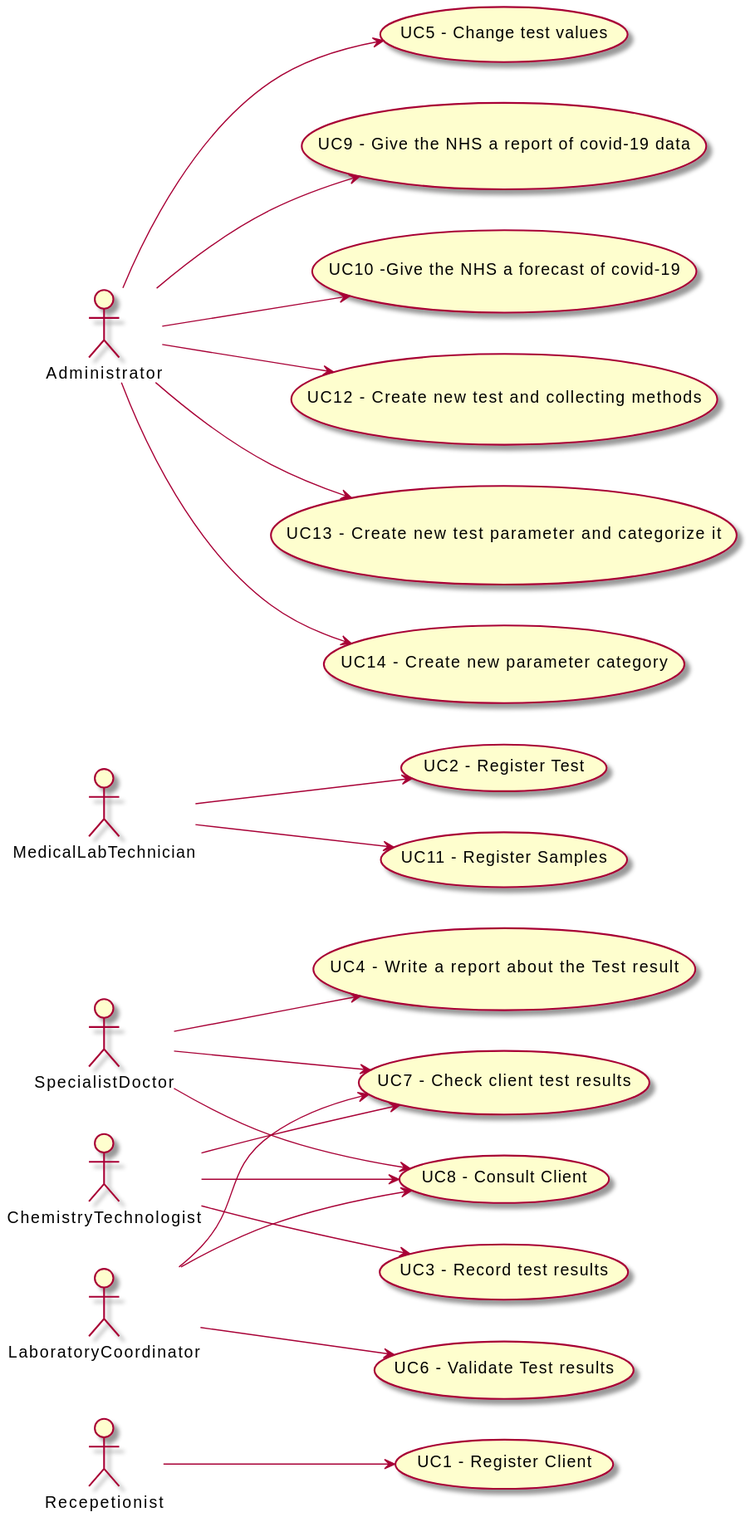
This is docs/SprintA/ImagesUsed/UCD.svg from RuiRioPina/LAPR2-20-21, a PlantUML export, as it was before one commit.
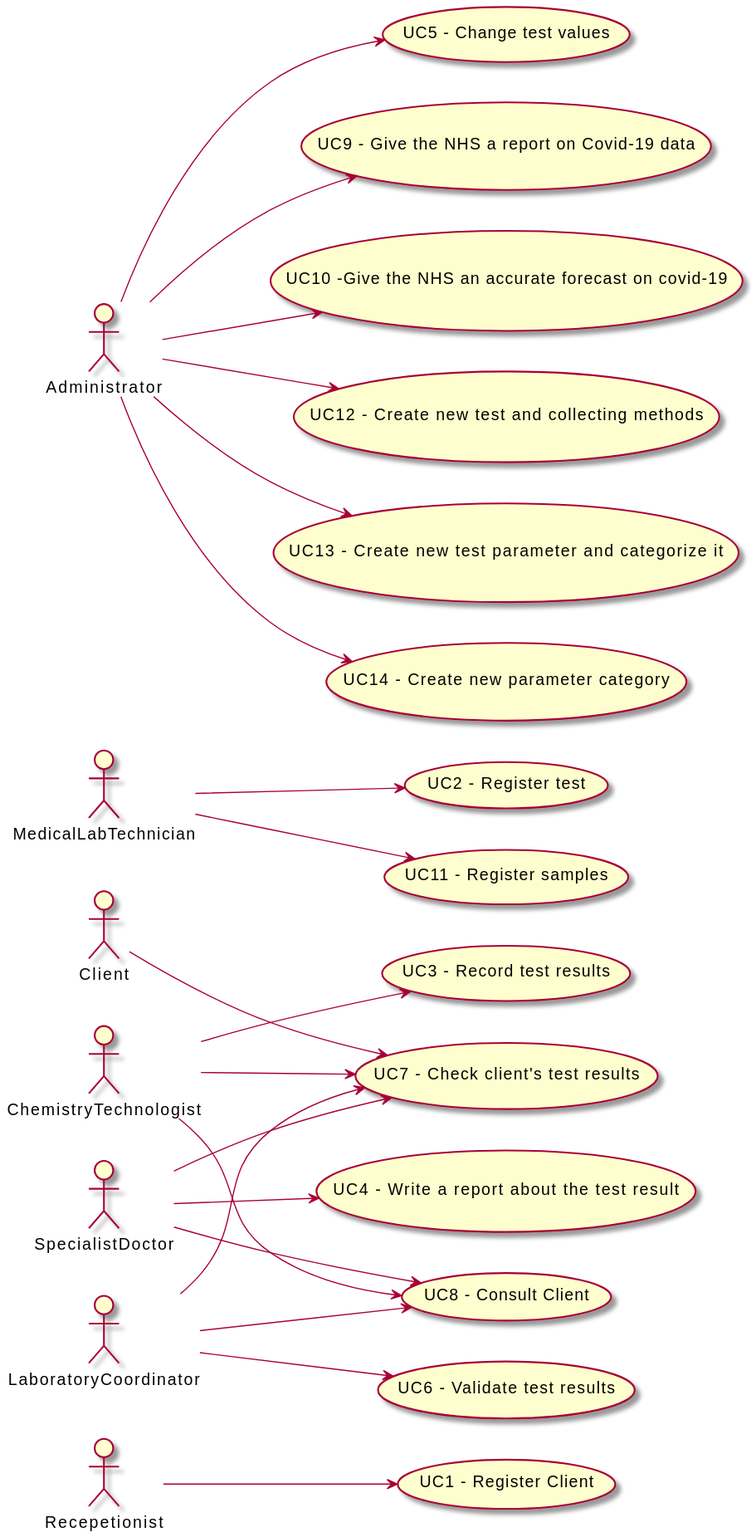
The same diagram one commit later.

Change to the diagram source:
```diff
@@ -2,29 +2,31 @@
 left to right direction
 
 Recepetionist --> (Register)
-"UC7 - Check client test results" as (Check)
+"UC7 - Check client's test results" as (Check)
 "UC1 - Register Client" as (Register)
-"UC8 - Consult Client" as (Sort)
+"UC8 - Consult Client" as (Consult)
 
-MedicalLabTechnician --> (UC2 - Register Test)
-MedicalLabTechnician --> (UC11 - Register Samples)
+MedicalLabTechnician --> (UC2 - Register test)
+MedicalLabTechnician --> (UC11 - Register samples)
 
 ChemistryTechnologist --> (UC3 - Record test results)
 ChemistryTechnologist --> (Check)
-ChemistryTechnologist --> (Sort)
+ChemistryTechnologist --> (Consult)
 
-SpecialistDoctor --> (UC4 - Write a report about the Test result)
-SpecialistDoctor --> (Sort)
+SpecialistDoctor --> (UC4 - Write a report about the test result)
 SpecialistDoctor --> (Check)
+SpecialistDoctor --> (Consult)
 
 Administrator --> (UC5 - Change test values)
-Administrator --> (UC9 - Give the NHS a report of covid-19 data)
-Administrator --> (UC10 -Give the NHS a forecast of covid-19)
+Administrator --> (UC9 - Give the NHS a report on Covid-19 data)
+Administrator --> (UC10 -Give the NHS an accurate forecast on covid-19)
 Administrator --> (UC12 - Create new test and collecting methods)
 Administrator --> (UC13 - Create new test parameter and categorize it)
 Administrator --> (UC14 - Create new parameter category)
 
-LaboratoryCoordinator --> (UC6 - Validate Test results)
+LaboratoryCoordinator --> (UC6 - Validate test results)
 LaboratoryCoordinator --> (Check)
-LaboratoryCoordinator --> (Sort)
+LaboratoryCoordinator --> (Consult)
+
+Client --> (Check)
 @enduml
```
